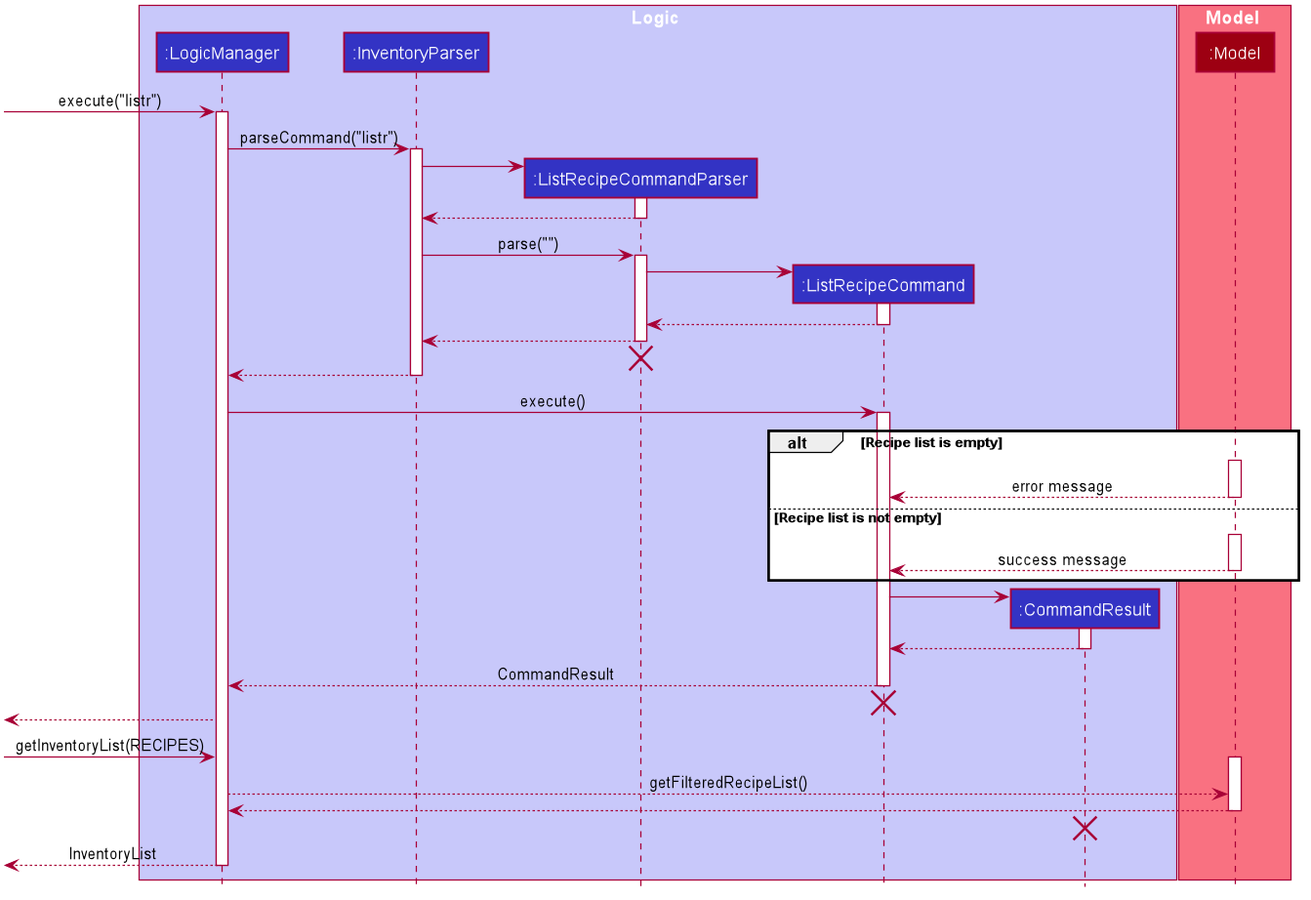
Earlier version of the PlantUML export docs/images/commandseqdiagrams/ListRecipeSequenceDiagram.png (nus-cs2103-AY2021S1/tp).
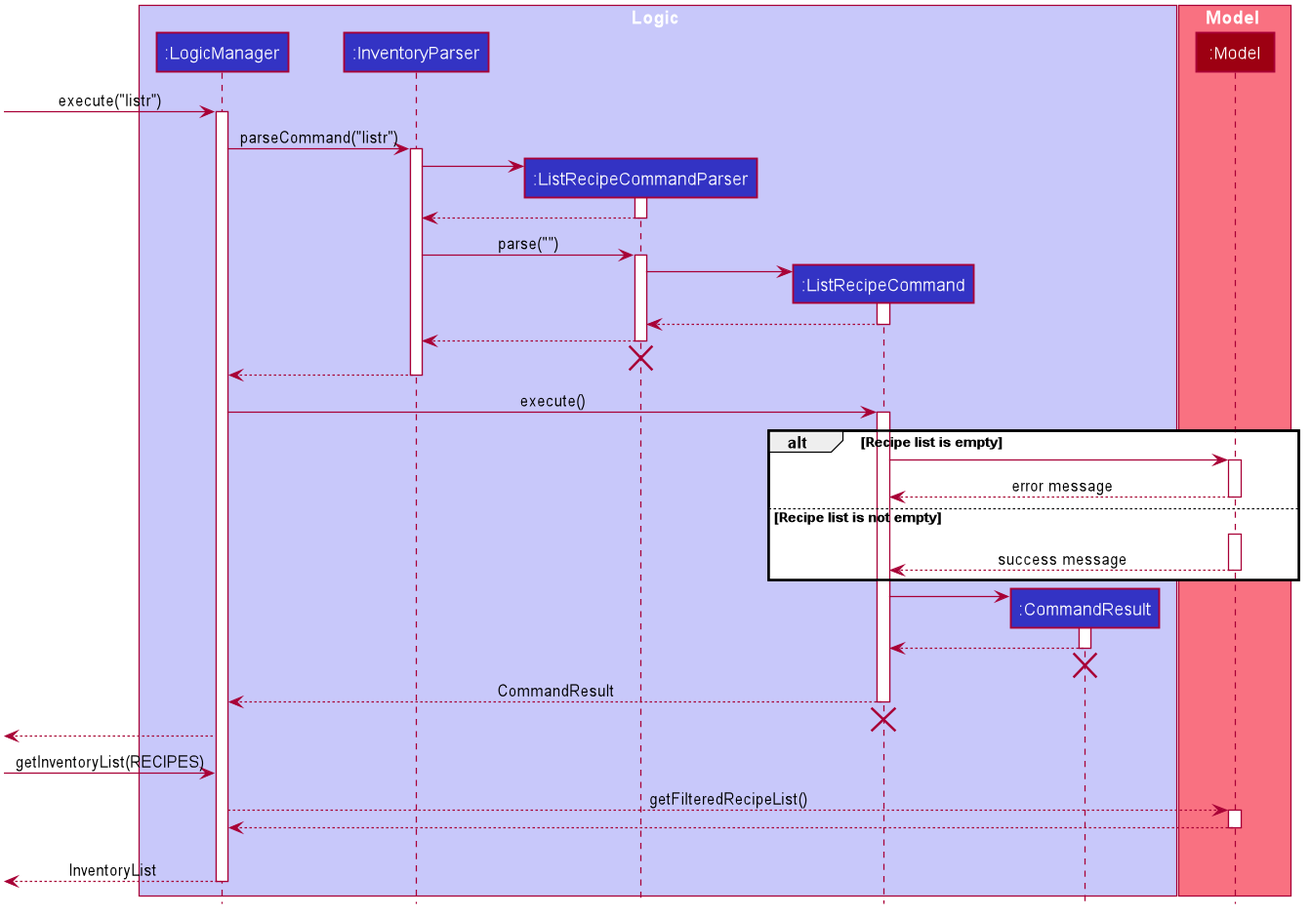
Later version of the same file.

Commit message:
Update list recipe diagram

Diff of the diagram source:
```diff
@@ -96,7 +96,7 @@
 activate ListRecipeCommand
 
 alt Recipe list is empty
-    ListRecipeCommand -[hidden]-> Model :
+    ListRecipeCommand -> Model :
     activate Model
     Model --> ListRecipeCommand : error message
     deactivate Model
@@ -114,23 +114,23 @@
 
 CommandResult --> ListRecipeCommand
 deactivate CommandResult
+CommandResult -[hidden]-> ListRecipeCommand
+destroy CommandResult
 
 ListRecipeCommand --> LogicManager : CommandResult
 deactivate ListRecipeCommand
 ListRecipeCommand -[hidden]-> LogicManager
 destroy ListRecipeCommand
 
+[<--LogicManager
+[-> LogicManager : getInventoryList(RECIPES)
 
-[<--LogicManager
-
-[-> LogicManager : getInventoryList(RECIPES)
+LogicManager --> Model : getFilteredRecipeList()
 activate Model
-LogicManager --> Model : getFilteredRecipeList()
 Model --> LogicManager :
 deactivate Model
 
 CommandResult -[hidden]-> LogicManager
-destroy CommandResult
 [<--LogicManager : InventoryList
 deactivate LogicManager
 @enduml
```
